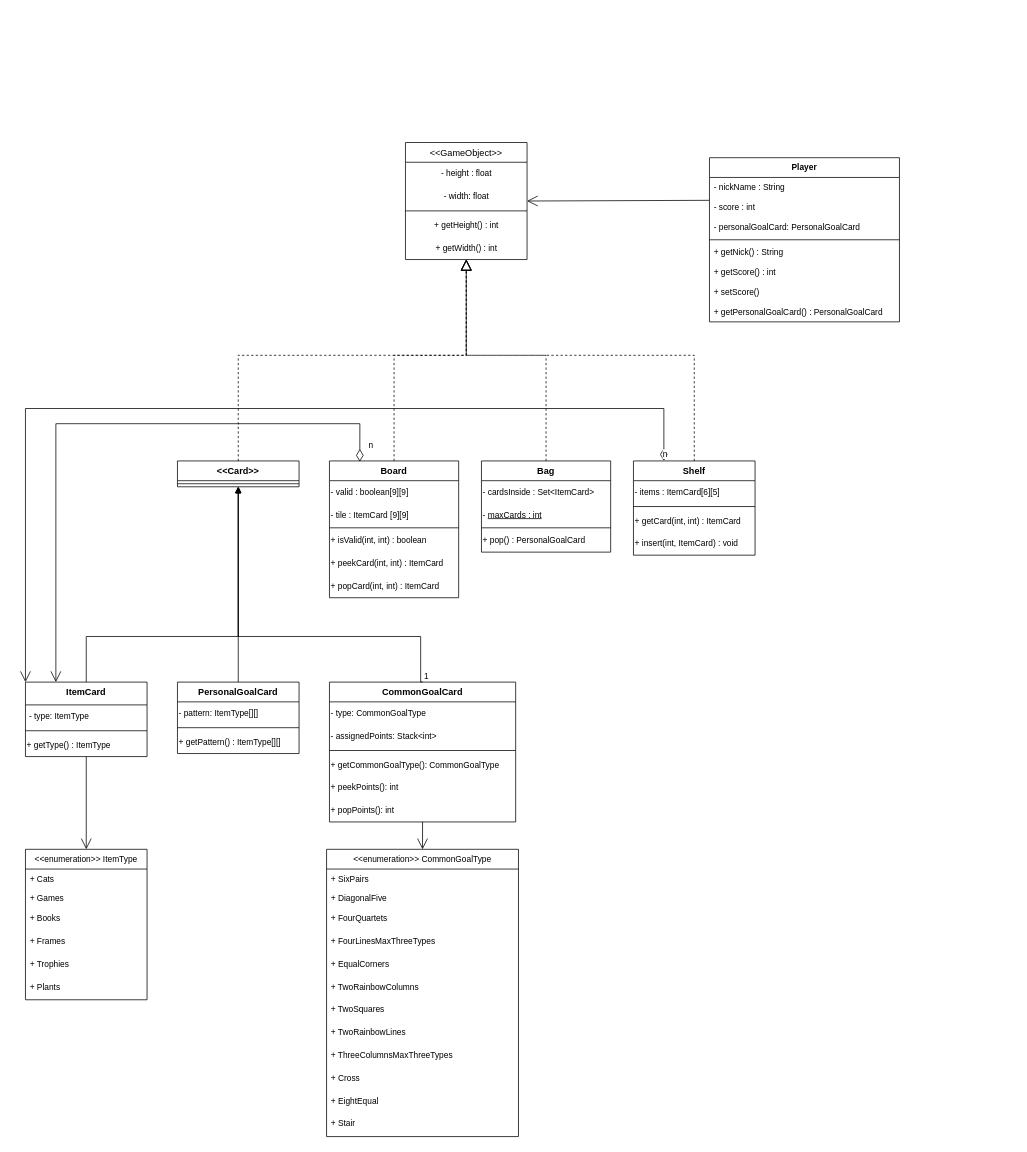
Above: src/main/resources/uml.drawio in AndreaTorti-01/ing-sw-2023-torti-vigano-valtolina-vokrri (draw.io), before the change. Source tidied: cells renumbered, new cells numbered last; positions are measured from the earlier drawing's top-left corner, leaving out a move shared by most shapes. Both pictures are drawn from the tidied source at 76%, with x=0, y=0 at pixel (25, 142).
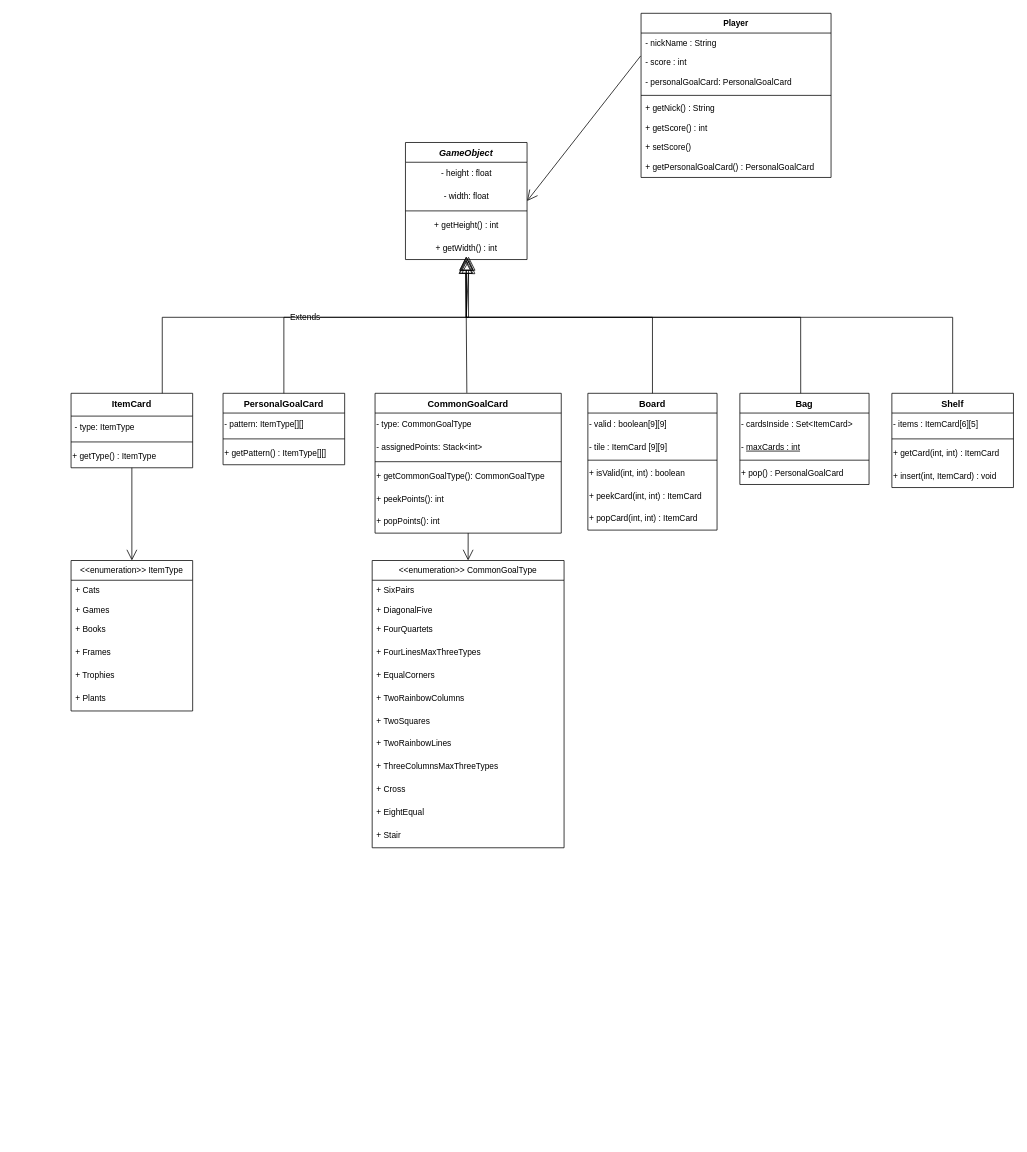
Above is the later version.

Commit message (it also covers changes not shown here):
interfaccia Card eliminata, GameObject ora è classe astratta, aggiunte Player e GameObject, iniziato a scrivere CommonGoalCard e PersonalGoalCard

The change refers to these unchanged cells:
```xml
<mxCell id="7" value="+ getWidth() : int" style="text;html=1;align=center;verticalAlign=middle;points=[];strokeColor=none;fillColor=none;fontSize=11;" parent="2" vertex="1">
  <mxGeometry y="124" width="160" height="30" as="geometry" />
</mxCell>
```

Change to the diagram source:
```diff
@@
-    <mxCell id="2" value="&lt;&lt;GameObject&gt;&gt;" style="swimlane;fontStyle=0;align=center;verticalAlign=top;horizontal=1;startSize=26;rounded=0;shadow=0;strokeWidth=1;" parent="1" vertex="1">
+    <mxCell id="2" value="GameObject" style="swimlane;fontStyle=3;align=center;verticalAlign=top;horizontal=1;startSize=26;rounded=0;shadow=0;strokeWidth=1;" parent="1" vertex="1">
       <mxGeometry x="500" width="160" height="154" as="geometry" />
     </mxCell>
@@
-    <mxCell id="8" style="endArrow=block;dashed=1;endFill=0;endSize=12;html=1;rounded=0;exitX=0.5;exitY=0;exitDx=0;exitDy=0;entryX=0.5;entryY=1;entryDx=0;entryDy=0;edgeStyle=orthogonalEdgeStyle;" parent="1" edge="1" source="16" target="2">
-      <mxGeometry relative="1" as="geometry">
-        <Array as="points">
-          <mxPoint x="280" y="280" />
-          <mxPoint x="580" y="280" />
-        </Array>
-      </mxGeometry>
-    </mxCell>
-    <mxCell id="9" style="endArrow=block;dashed=1;endFill=0;endSize=12;html=1;exitX=0.5;exitY=0;exitDx=0;exitDy=0;rounded=0;strokeColor=default;entryX=0.5;entryY=1;entryDx=0;entryDy=0;edgeStyle=orthogonalEdgeStyle;" parent="1" edge="1" source="18" target="2">
-      <mxGeometry relative="1" as="geometry">
-        <Array as="points">
-          <mxPoint x="485" y="280" />
-          <mxPoint x="580" y="280" />
-        </Array>
-      </mxGeometry>
-    </mxCell>
-    <mxCell id="10" style="endArrow=block;dashed=1;endFill=0;endSize=12;html=1;rounded=0;strokeColor=default;edgeStyle=orthogonalEdgeStyle;entryX=0.5;entryY=1;entryDx=0;entryDy=0;" parent="1" edge="1" source="25" target="2">
-      <mxGeometry relative="1" as="geometry">
-        <Array as="points">
-          <mxPoint x="685" y="280" />
-          <mxPoint x="580" y="280" />
-        </Array>
-      </mxGeometry>
-    </mxCell>
-    <mxCell id="11" style="endArrow=block;dashed=1;endFill=0;endSize=12;html=1;rounded=0;strokeColor=default;exitX=0.5;exitY=0;exitDx=0;exitDy=0;entryX=0.5;entryY=1;entryDx=0;entryDy=0;edgeStyle=orthogonalEdgeStyle;" parent="1" edge="1" source="30" target="2">
-      <mxGeometry relative="1" as="geometry">
-        <Array as="points">
-          <mxPoint x="880" y="280" />
-          <mxPoint x="580" y="280" />
-        </Array>
-      </mxGeometry>
-    </mxCell>
     <mxCell id="12" value="PersonalGoalCard" style="swimlane;fontStyle=1;align=center;verticalAlign=top;horizontal=1;startSize=26;" parent="1" vertex="1">
-      <mxGeometry x="200" y="710" width="160" height="94" as="geometry" />
+      <mxGeometry x="260" y="330" width="160" height="94" as="geometry" />
     </mxCell>
@@
-    <mxCell id="16" value="&lt;&lt;Card&gt;&gt;" style="swimlane;fontStyle=1;align=center;verticalAlign=top;horizontal=1;startSize=26;" parent="1" vertex="1">
-      <mxGeometry x="200" y="419" width="160" height="34" as="geometry" />
-    </mxCell>
-    <mxCell id="17" style="line;strokeWidth=1;fillColor=none;align=left;verticalAlign=middle;spacingTop=-1;spacingLeft=3;spacingRight=3;labelPosition=right;strokeColor=inherit;" parent="16" vertex="1">
-      <mxGeometry y="26" width="160" height="8" as="geometry" />
-    </mxCell>
     <mxCell id="18" value="Board" style="swimlane;fontStyle=1;align=center;verticalAlign=top;horizontal=1;startSize=26;" parent="1" vertex="1">
-      <mxGeometry x="400" y="419" width="170" height="180" as="geometry" />
+      <mxGeometry x="740" y="330" width="170" height="180" as="geometry" />
     </mxCell>
@@
     <mxCell id="25" value="Bag" style="swimlane;fontStyle=1;align=center;verticalAlign=top;horizontal=1;startSize=26;" parent="1" vertex="1">
-      <mxGeometry x="600" y="419" width="170" height="120" as="geometry" />
+      <mxGeometry x="940" y="330" width="170" height="120" as="geometry" />
     </mxCell>
@@
     <mxCell id="30" value="Shelf" style="swimlane;fontStyle=1;align=center;verticalAlign=top;horizontal=1;startSize=26;" parent="1" vertex="1">
-      <mxGeometry x="800" y="419" width="160" height="124" as="geometry" />
+      <mxGeometry x="1140" y="330" width="160" height="124" as="geometry" />
     </mxCell>
@@
     <mxCell id="35" value="ItemCard" style="swimlane;fontStyle=1;align=center;verticalAlign=top;horizontal=1;startSize=30;" parent="1" vertex="1">
-      <mxGeometry y="710" width="160" height="98" as="geometry" />
+      <mxGeometry x="60" y="330" width="160" height="98" as="geometry" />
     </mxCell>
@@
     <mxCell id="39" value="CommonGoalCard" style="swimlane;fontStyle=1;align=center;verticalAlign=top;horizontal=1;startSize=26;" parent="1" vertex="1">
-      <mxGeometry x="400" y="710" width="245" height="184" as="geometry" />
+      <mxGeometry x="460" y="330" width="245" height="184" as="geometry" />
     </mxCell>
@@
-    <mxCell id="46" style="endArrow=block;endFill=1;html=1;edgeStyle=orthogonalEdgeStyle;align=left;verticalAlign=top;rounded=0;strokeColor=default;exitX=0.5;exitY=0;exitDx=0;exitDy=0;entryX=0.5;entryY=1;entryDx=0;entryDy=0;" parent="1" edge="1" source="35" target="16">
-      <mxGeometry x="-1" relative="1" as="geometry">
-        <Array as="points">
-          <mxPoint x="80" y="650" />
-          <mxPoint x="280" y="650" />
-        </Array>
-      </mxGeometry>
-    </mxCell>
-    <mxCell id="47" style="endArrow=block;endFill=1;html=1;edgeStyle=orthogonalEdgeStyle;align=left;verticalAlign=top;rounded=0;strokeColor=default;exitX=0.5;exitY=0;exitDx=0;exitDy=0;entryX=0.5;entryY=1;entryDx=0;entryDy=0;" parent="1" edge="1" source="12" target="16">
-      <mxGeometry x="-1" relative="1" as="geometry" />
-    </mxCell>
-    <mxCell id="48" style="endArrow=block;endFill=1;html=1;edgeStyle=orthogonalEdgeStyle;align=left;verticalAlign=top;rounded=0;strokeColor=default;exitX=0.5;exitY=0;exitDx=0;exitDy=0;entryX=0.5;entryY=1;entryDx=0;entryDy=0;" parent="1" edge="1" source="39" target="16">
-      <mxGeometry x="-1" relative="1" as="geometry">
-        <Array as="points">
-          <mxPoint x="520" y="650" />
-          <mxPoint x="280" y="650" />
-        </Array>
-      </mxGeometry>
-    </mxCell>
-    <mxCell id="49" value="1" style="edgeLabel;html=1;align=left;verticalAlign=bottom;" parent="48" vertex="1">
-      <mxGeometry x="-1" relative="1" as="geometry" />
-    </mxCell>
     <mxCell id="50" value="&lt;&lt;enumeration&gt;&gt; ItemType" style="swimlane;fontStyle=0;horizontal=1;startSize=26;fillColor=none;fontSize=11;" parent="1" vertex="1">
-      <mxGeometry y="930" width="160" height="198" as="geometry" />
+      <mxGeometry x="60" y="550" width="160" height="198" as="geometry" />
     </mxCell>
@@
     <mxCell id="58" value="&lt;&lt;enumeration&gt;&gt; CommonGoalType" style="swimlane;fontStyle=0;horizontal=1;startSize=26;fillColor=none;fontSize=11;" parent="1" vertex="1">
-      <mxGeometry x="396.2" y="930" width="252.5" height="378" as="geometry" />
+      <mxGeometry x="456.2" y="550" width="252.5" height="378" as="geometry" />
     </mxCell>
@@
     <mxCell id="73" value="Player" style="swimlane;fontStyle=1;align=center;verticalAlign=top;horizontal=1;startSize=26;fontSize=11;" parent="1" vertex="1">
-      <mxGeometry x="900" y="20" width="250" height="216" as="geometry" />
+      <mxGeometry x="810" y="-170" width="250" height="216" as="geometry" />
     </mxCell>
@@
-    <mxCell id="82" value="n" style="endArrow=open;html=1;endSize=12;startArrow=diamondThin;startSize=14;startFill=0;edgeStyle=orthogonalEdgeStyle;align=left;verticalAlign=bottom;rounded=0;strokeColor=default;fontSize=11;exitX=0.25;exitY=0;exitDx=0;exitDy=0;entryX=0;entryY=0;entryDx=0;entryDy=0;" parent="1" edge="1" source="30" target="35">
-      <mxGeometry x="-1" y="3" relative="1" as="geometry">
-        <Array as="points">
-          <mxPoint x="840" y="350" />
-          <mxPoint y="350" />
-        </Array>
-      </mxGeometry>
-    </mxCell>
-    <mxCell id="83" value="n" style="endArrow=open;html=1;endSize=12;startArrow=diamondThin;startSize=14;startFill=0;edgeStyle=orthogonalEdgeStyle;align=left;verticalAlign=bottom;rounded=0;strokeColor=default;fontSize=11;entryX=0.25;entryY=0;entryDx=0;entryDy=0;exitX=0.235;exitY=0.006;exitDx=0;exitDy=0;exitPerimeter=0;" parent="1" edge="1" source="18" target="35">
-      <mxGeometry x="-0.97" y="-10" relative="1" as="geometry">
-        <Array as="points">
-          <mxPoint x="440" y="370" />
-          <mxPoint x="40" y="370" />
-        </Array>
-      </mxGeometry>
-    </mxCell>
+    <mxCell id="84" value="Extends" style="endArrow=block;endSize=16;endFill=0;html=1;rounded=0;exitX=0.75;exitY=0;exitDx=0;exitDy=0;" parent="1" edge="1" source="35" target="7">
+      <mxGeometry relative="1" as="geometry">
+        <Array as="points">
+          <mxPoint x="180" y="230" />
+          <mxPoint x="580" y="230" />
+        </Array>
+      </mxGeometry>
+    </mxCell>
+    <mxCell id="85" style="endArrow=block;endSize=16;endFill=0;html=1;rounded=0;exitX=0.5;exitY=0;exitDx=0;exitDy=0;entryX=0.492;entryY=1.006;entryDx=0;entryDy=0;entryPerimeter=0;" parent="1" edge="1" source="12" target="7">
+      <mxGeometry x="-0.37" y="120" relative="1" as="geometry">
+        <Array as="points">
+          <mxPoint x="340" y="230" />
+          <mxPoint x="580" y="230" />
+        </Array>
+      </mxGeometry>
+    </mxCell>
+    <mxCell id="86" style="endArrow=block;endSize=16;endFill=0;html=1;rounded=0;exitX=0.493;exitY=-0.003;exitDx=0;exitDy=0;exitPerimeter=0;" parent="1" edge="1" source="39">
+      <mxGeometry x="-0.37" y="120" relative="1" as="geometry">
+        <mxPoint x="583" y="150" as="targetPoint" />
+        <Array as="points">
+          <mxPoint x="580" y="230" />
+          <mxPoint x="583" y="230" />
+        </Array>
+      </mxGeometry>
+    </mxCell>
+    <mxCell id="87" style="endArrow=block;endSize=16;endFill=0;html=1;rounded=0;exitX=0.5;exitY=0;exitDx=0;exitDy=0;" parent="1" edge="1" source="18">
+      <mxGeometry x="-0.37" y="120" relative="1" as="geometry">
+        <mxPoint x="580" y="150" as="targetPoint" />
+        <Array as="points">
+          <mxPoint x="825" y="230" />
+          <mxPoint x="580" y="230" />
+        </Array>
+      </mxGeometry>
+    </mxCell>
+    <mxCell id="88" style="endArrow=block;endSize=16;endFill=0;html=1;rounded=0;exitX=0.5;exitY=0;exitDx=0;exitDy=0;entryX=0.523;entryY=1.006;entryDx=0;entryDy=0;entryPerimeter=0;" parent="1" edge="1" source="30" target="7">
+      <mxGeometry x="-0.37" y="120" relative="1" as="geometry">
+        <Array as="points">
+          <mxPoint x="1220" y="230" />
+          <mxPoint x="580" y="230" />
+        </Array>
+      </mxGeometry>
+    </mxCell>
+    <mxCell id="89" style="endArrow=block;endSize=16;endFill=0;html=1;rounded=0;exitX=0.471;exitY=0;exitDx=0;exitDy=0;exitPerimeter=0;" parent="1" edge="1" source="25">
+      <mxGeometry x="-0.37" y="120" relative="1" as="geometry">
+        <mxPoint x="580" y="150" as="targetPoint" />
+        <Array as="points">
+          <mxPoint x="1020" y="230" />
+          <mxPoint x="580" y="230" />
+        </Array>
+      </mxGeometry>
+    </mxCell>
```
